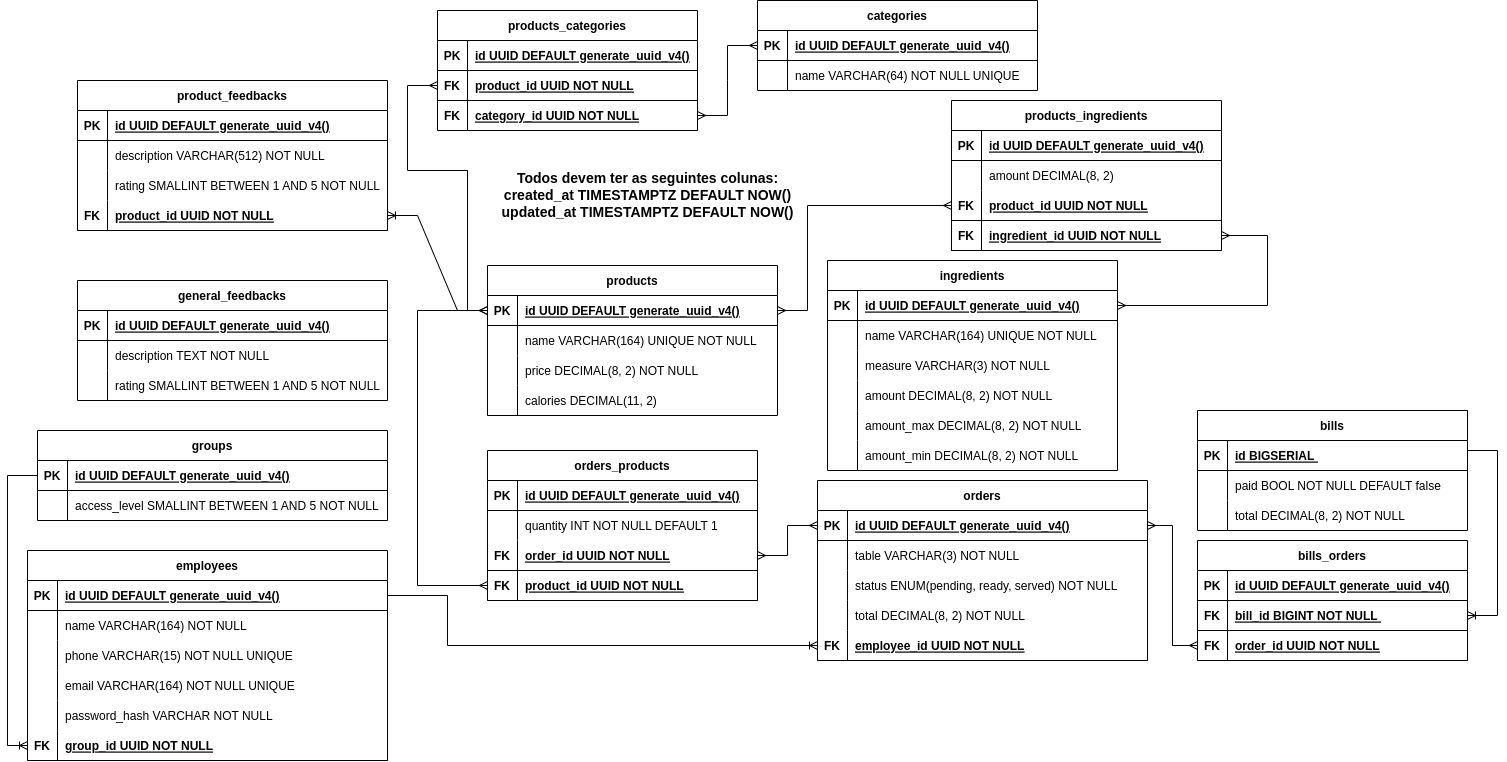
This is YocaDER.png from cayo-rodrigues/yoca, a draw.io export, as it was before one commit. Source tidied: cells renumbered, new cells last; positions are measured from the earlier drawing's top-left corner, leaving out a move shared by most shapes.
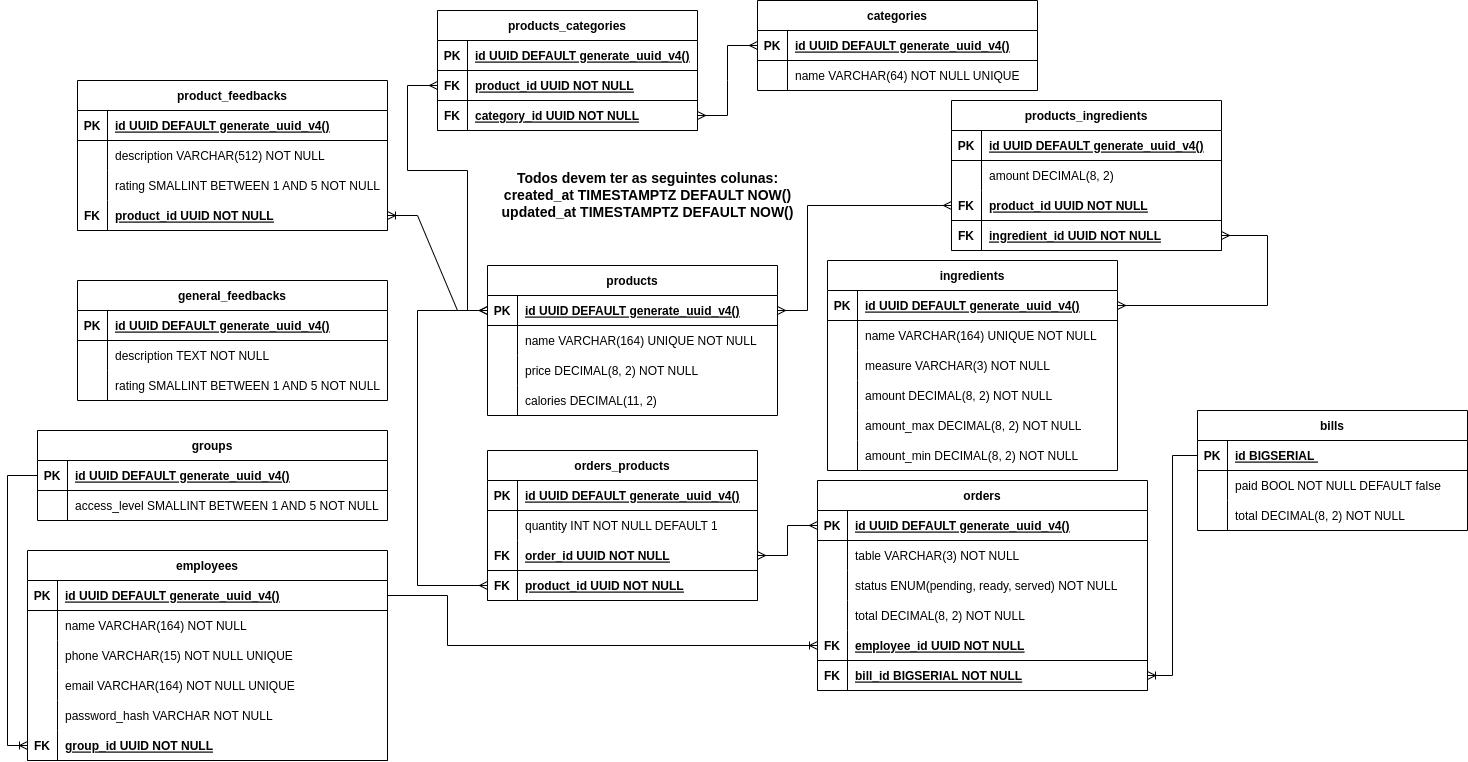
The same diagram one commit later.

What changed in the source:
```diff
@@ -154,7 +154,7 @@
       </mxGeometry>
     </mxCell>
     <mxCell id="49" value="orders" style="shape=table;startSize=30;rowLines=0;fontStyle=1;align=center;fillColor=none;" parent="1" vertex="1">
-      <mxGeometry x="810" y="480" width="330" height="180" as="geometry" />
+      <mxGeometry x="810" y="480" width="330" height="210" as="geometry" />
     </mxCell>
     <mxCell id="50" style="shape=tableRow;horizontal=0;startSize=0;swimlaneHead=0;swimlaneBody=0;fillColor=none;points=[[0,0.5],[1,0.5]];portConstraint=eastwest;top=0;left=0;right=0;bottom=1;" parent="49" vertex="1">
       <mxGeometry y="30" width="330" height="30" as="geometry" />
@@ -201,6 +201,15 @@
     <mxCell id="64" value="employee_id UUID NOT NULL" style="shape=partialRectangle;fillColor=none;top=0;left=0;bottom=0;right=0;align=left;spacingLeft=6;fontStyle=5;overflow=hidden;" parent="62" vertex="1">
       <mxGeometry x="30" width="300" height="30" as="geometry" />
     </mxCell>
+    <mxCell id="174" style="shape=tableRow;horizontal=0;startSize=0;swimlaneHead=0;swimlaneBody=0;fillColor=none;points=[[0,0.5],[1,0.5]];portConstraint=eastwest;top=0;left=0;right=0;bottom=1;" parent="49" vertex="1">
+      <mxGeometry y="180" width="330" height="30" as="geometry" />
+    </mxCell>
+    <mxCell id="175" value="FK" style="shape=partialRectangle;fillColor=none;top=0;left=0;bottom=0;right=0;fontStyle=1;overflow=hidden;" parent="174" vertex="1">
+      <mxGeometry width="30" height="30" as="geometry" />
+    </mxCell>
+    <mxCell id="176" value="bill_id BIGSERIAL NOT NULL" style="shape=partialRectangle;fillColor=none;top=0;left=0;bottom=0;right=0;align=left;spacingLeft=6;fontStyle=5;overflow=hidden;" parent="174" vertex="1">
+      <mxGeometry x="30" width="300" height="30" as="geometry" />
+    </mxCell>
     <mxCell id="65" value="bills" style="shape=table;startSize=30;rowLines=0;fontStyle=1;align=center;fillColor=none;" parent="1" vertex="1">
       <mxGeometry x="1190" y="410" width="270" height="120" as="geometry" />
     </mxCell>
@@ -281,39 +290,6 @@
     <mxCell id="89" style="fontSize=12;html=1;endArrow=ERmany;startArrow=ERmany;rounded=0;elbow=vertical;entryX=0;entryY=0.5;entryDx=0;entryDy=0;exitX=1;exitY=0.5;exitDx=0;exitDy=0;edgeStyle=orthogonalEdgeStyle;" parent="1" edge="1" source="82" target="50">
       <mxGeometry relative="1" as="geometry" />
     </mxCell>
-    <mxCell id="90" value="bills_orders" style="shape=table;startSize=30;rowLines=0;fontStyle=1;align=center;fillColor=none;" parent="1" vertex="1">
-      <mxGeometry x="1190" y="540" width="270" height="120" as="geometry" />
-    </mxCell>
-    <mxCell id="91" style="shape=tableRow;horizontal=0;startSize=0;swimlaneHead=0;swimlaneBody=0;fillColor=none;top=0;left=0;right=0;bottom=1;" parent="90" vertex="1">
-      <mxGeometry y="30" width="270" height="30" as="geometry" />
-    </mxCell>
-    <mxCell id="92" value="PK" style="shape=partialRectangle;fillColor=none;top=0;left=0;bottom=0;right=0;fontStyle=1;overflow=hidden;" parent="91" vertex="1">
-      <mxGeometry width="30" height="30" as="geometry" />
-    </mxCell>
-    <mxCell id="93" value="id UUID DEFAULT generate_uuid_v4()" style="shape=partialRectangle;fillColor=none;top=0;left=0;bottom=0;right=0;align=left;spacingLeft=6;fontStyle=5;overflow=hidden;" parent="91" vertex="1">
-      <mxGeometry x="30" width="240" height="30" as="geometry" />
-    </mxCell>
-    <mxCell id="94" style="shape=tableRow;horizontal=0;startSize=0;swimlaneHead=0;swimlaneBody=0;fillColor=none;points=[[0,0.5],[1,0.5]];portConstraint=eastwest;top=0;left=0;right=0;bottom=1;" parent="90" vertex="1">
-      <mxGeometry y="60" width="270" height="30" as="geometry" />
-    </mxCell>
-    <mxCell id="95" value="FK" style="shape=partialRectangle;fillColor=none;top=0;left=0;bottom=0;right=0;fontStyle=1;overflow=hidden;" parent="94" vertex="1">
-      <mxGeometry width="30" height="30" as="geometry" />
-    </mxCell>
-    <mxCell id="96" value="bill_id BIGINT NOT NULL " style="shape=partialRectangle;fillColor=none;top=0;left=0;bottom=0;right=0;align=left;spacingLeft=6;fontStyle=5;overflow=hidden;" parent="94" vertex="1">
-      <mxGeometry x="30" width="240" height="30" as="geometry" />
-    </mxCell>
-    <mxCell id="97" style="shape=tableRow;horizontal=0;startSize=0;swimlaneHead=0;swimlaneBody=0;fillColor=none;points=[[0,0.5],[1,0.5]];portConstraint=eastwest;top=0;left=0;right=0;bottom=1;" parent="90" vertex="1">
-      <mxGeometry y="90" width="270" height="30" as="geometry" />
-    </mxCell>
-    <mxCell id="98" value="FK" style="shape=partialRectangle;fillColor=none;top=0;left=0;bottom=0;right=0;fontStyle=1;overflow=hidden;" parent="97" vertex="1">
-      <mxGeometry width="30" height="30" as="geometry" />
-    </mxCell>
-    <mxCell id="99" value="order_id UUID NOT NULL" style="shape=partialRectangle;fillColor=none;top=0;left=0;bottom=0;right=0;align=left;spacingLeft=6;fontStyle=5;overflow=hidden;" parent="97" vertex="1">
-      <mxGeometry x="30" width="240" height="30" as="geometry" />
-    </mxCell>
-    <mxCell id="100" style="edgeStyle=orthogonalEdgeStyle;fontSize=12;html=1;endArrow=ERmany;startArrow=ERmany;rounded=0;elbow=vertical;exitX=1;exitY=0.5;exitDx=0;exitDy=0;entryX=0;entryY=0.5;entryDx=0;entryDy=0;" parent="1" edge="1" source="50" target="97">
-      <mxGeometry relative="1" as="geometry" />
-    </mxCell>
     <mxCell id="101" value="employees" style="shape=table;startSize=30;rowLines=0;fontStyle=1;align=center;fillColor=none;" parent="1" vertex="1">
       <mxGeometry x="20" y="550" width="360" height="210" as="geometry" />
     </mxCell>
@@ -440,15 +416,6 @@
     <mxCell id="142" value="product_id UUID NOT NULL" style="shape=partialRectangle;fillColor=none;top=0;left=0;bottom=0;right=0;align=left;spacingLeft=6;fontStyle=5;overflow=hidden;" parent="140" vertex="1">
       <mxGeometry x="30" width="280" height="30" as="geometry" />
     </mxCell>
-    <mxCell id="143" style="edgeStyle=orthogonalEdgeStyle;fontSize=12;html=1;endArrow=ERoneToMany;rounded=0;exitX=1;exitY=0.5;exitDx=0;exitDy=0;entryX=1;entryY=0.5;entryDx=0;entryDy=0;" parent="1" edge="1" source="66" target="94">
-      <mxGeometry relative="1" as="geometry">
-        <Array as="points">
-          <mxPoint x="1460" y="450" />
-          <mxPoint x="1490" y="450" />
-          <mxPoint x="1490" y="615" />
-        </Array>
-      </mxGeometry>
-    </mxCell>
     <mxCell id="144" value="groups" style="shape=table;startSize=30;rowLines=0;fontStyle=1;align=center;" parent="1" vertex="1">
       <mxGeometry x="30" y="430" width="350" height="90" as="geometry" />
     </mxCell>
@@ -556,5 +523,8 @@
     <mxCell id="173" style="edgeStyle=entityRelationEdgeStyle;fontSize=12;html=1;endArrow=ERoneToMany;rounded=0;exitX=0;exitY=0.5;exitDx=0;exitDy=0;entryX=1;entryY=0.5;entryDx=0;entryDy=0;" parent="1" edge="1" source="3" target="140">
       <mxGeometry relative="1" as="geometry" />
     </mxCell>
+    <mxCell id="177" style="edgeStyle=orthogonalEdgeStyle;fontSize=12;html=1;endArrow=ERoneToMany;rounded=0;exitX=0;exitY=0.5;exitDx=0;exitDy=0;entryX=1;entryY=0.5;entryDx=0;entryDy=0;" parent="1" edge="1" source="66" target="174">
+      <mxGeometry relative="1" as="geometry" />
+    </mxCell>
   </root>
 </mxGraphModel>
```
